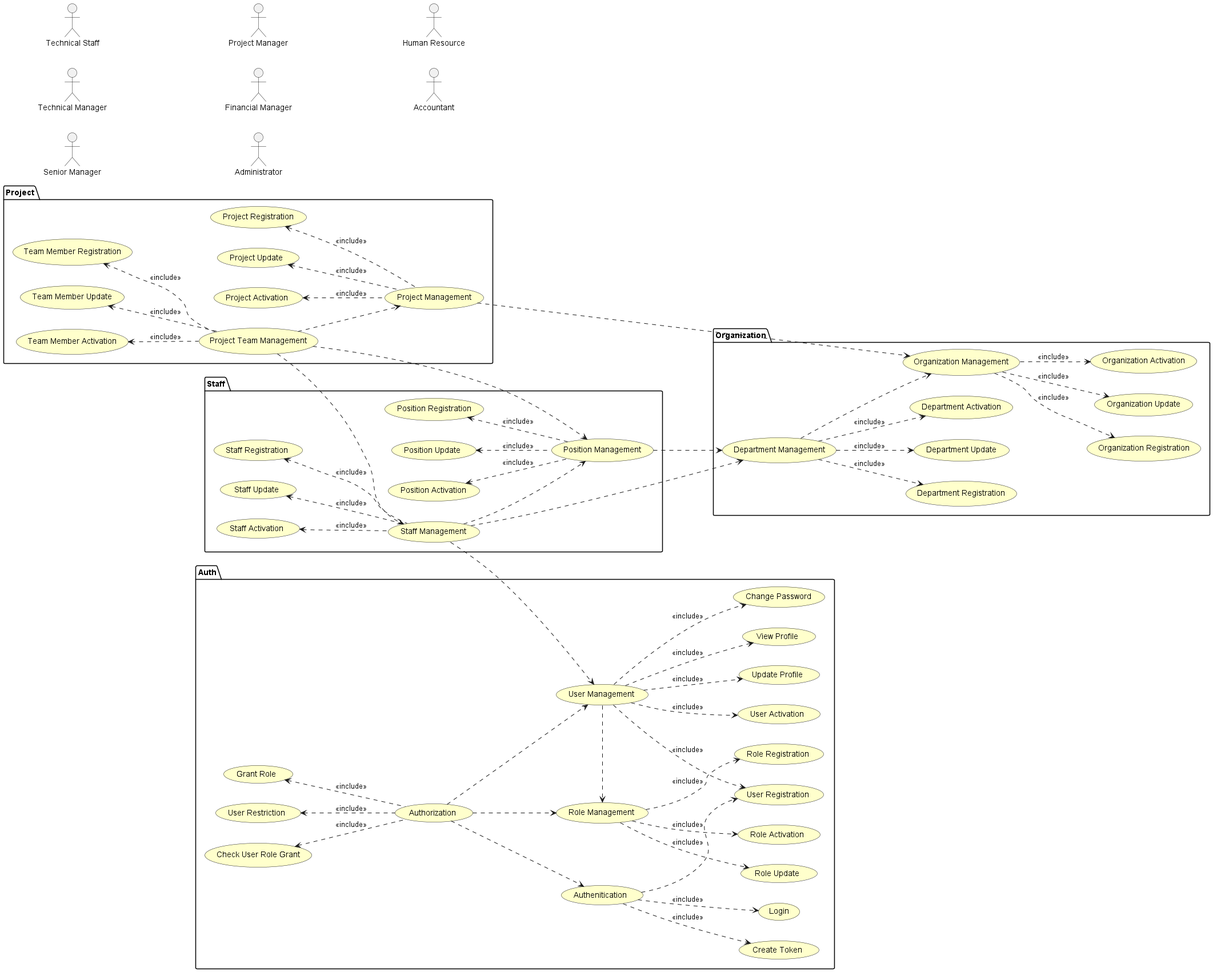
Before: HorizonUml/out/UseCase/UseCaseDiagram.png, a diagram exported from PlantUML (mahyaresteki/Horizon).
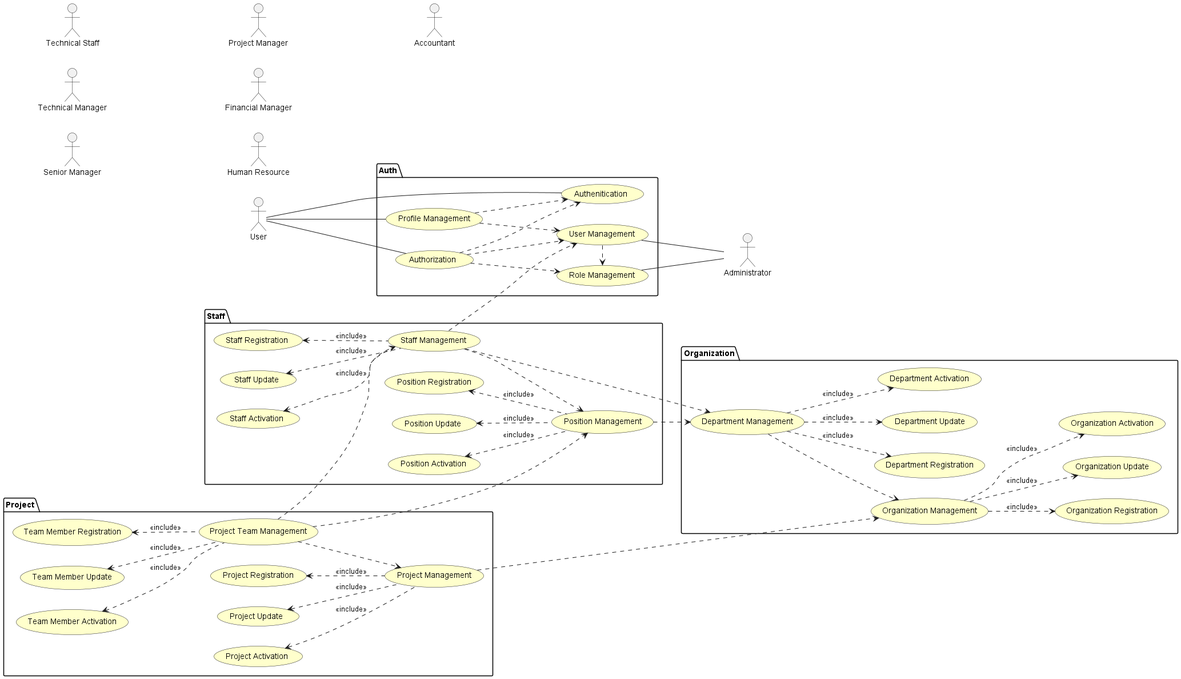
Above is the later version.

Change to the diagram source:
```diff
@@ -3,6 +3,7 @@
 
 skinparam useCaseBackgroundColor #Business
 
+:User: as User
 :Technical Staff: as TechnicalStaff
 :Technical Manager: as TechnicalManager
 :Senior Manager: as SeniorManager
@@ -14,23 +15,10 @@
 
 package "Auth"{
     usecase "Role Management" as roleManagement
-    usecase "Role Registration" as roleRegistration
-    usecase "Role Update" as roleUpdate
-    usecase "Role Activation" as roleActivation
     usecase "User Management" as userManagement
-    usecase "User Registration" as userRegistration
-    usecase "User Activation" as userActivation
-    usecase "Update Profile" as updateProfile
-    usecase "View Profile" as viewProfile
-    usecase "Change Password" as changePassword
+    usecase "Profile Management" as profileManagement
     usecase "Authenitication" as authentication
-    usecase "Login" as login
-    usecase "Create Token" as createToken
     usecase "Authorization" as authorization
-    usecase "Grant Role" as grantRole
-    usecase "User Restriction" as userRestriction
-    usecase "Check User Role Grant" as checkGrant
-
 }
 
 package "Organization"{
@@ -69,26 +57,17 @@
 
 
 userManagement .> roleManagement
-
-roleManagement ..> roleRegistration : <<include>>
-roleManagement ..> roleUpdate : <<include>>
-roleManagement ..> roleActivation : <<include>>
-userManagement ..> userRegistration :<<include>>
-userManagement ..> userActivation :<<include>>
-userManagement ..> updateProfile :<<include>>
-userManagement ..> viewProfile :<<include>>
-userManagement ..> changePassword :<<include>>
-authentication ..> userRegistration
-authentication ..> login : <<include>>
-authentication ..> createToken : <<include>>
 authorization ..>  roleManagement
 authorization ..> authentication
 authorization ..> userManagement
-grantRole <.. authorization : <<include>>
-userRestriction <.. authorization : <<include>>
-checkGrant <.. authorization : <<include>>
+profileManagement ..> userManagement
+profileManagement ..> authentication
 
-
+User -- authentication
+User -- authorization
+User -- profileManagement
+roleManagement -- Admin
+userManagement -- Admin
 
 organizationManagement ..> organizationRegistration : <<include>>
 organizationManagement ..> organizationUpdate : <<include>>
```
